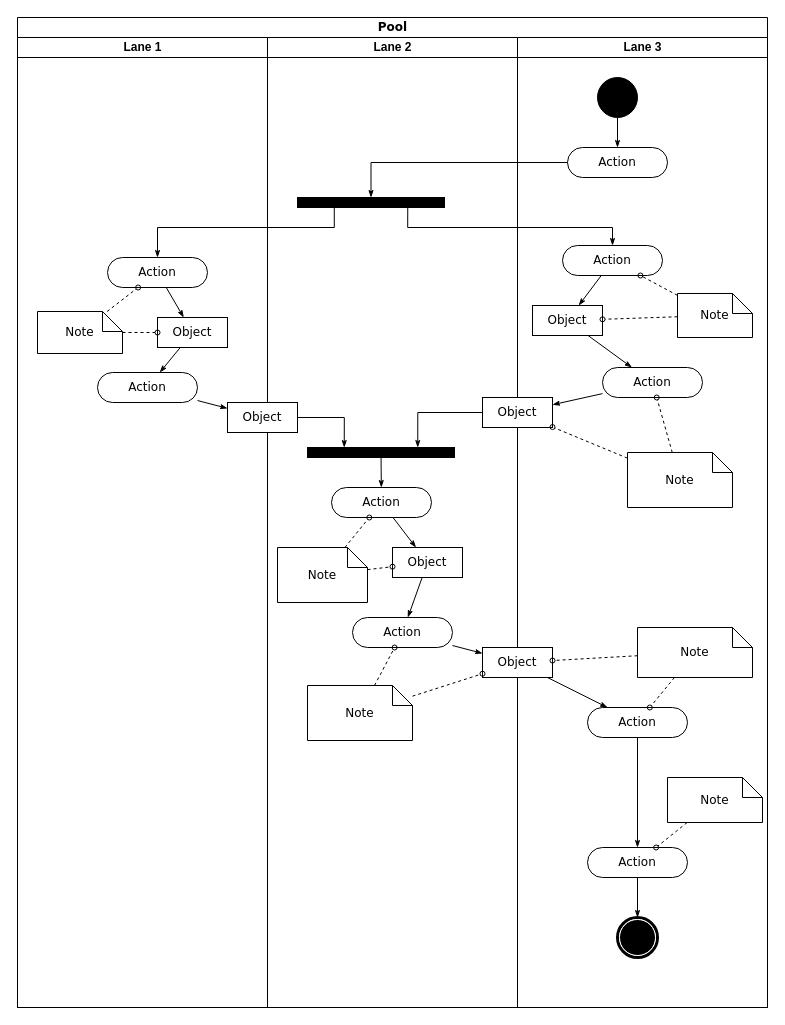
Before: 액티비티 다이어그램.drawio in hyun10144/Lecture3-1, a draw.io diagram. Source tidied: cells renumbered, new cells numbered last; positions are measured from the earlier drawing's top-left corner, leaving out a move shared by most shapes. Both pictures are drawn from the tidied source at 100%, with x=0, y=0 at pixel (17, 17).
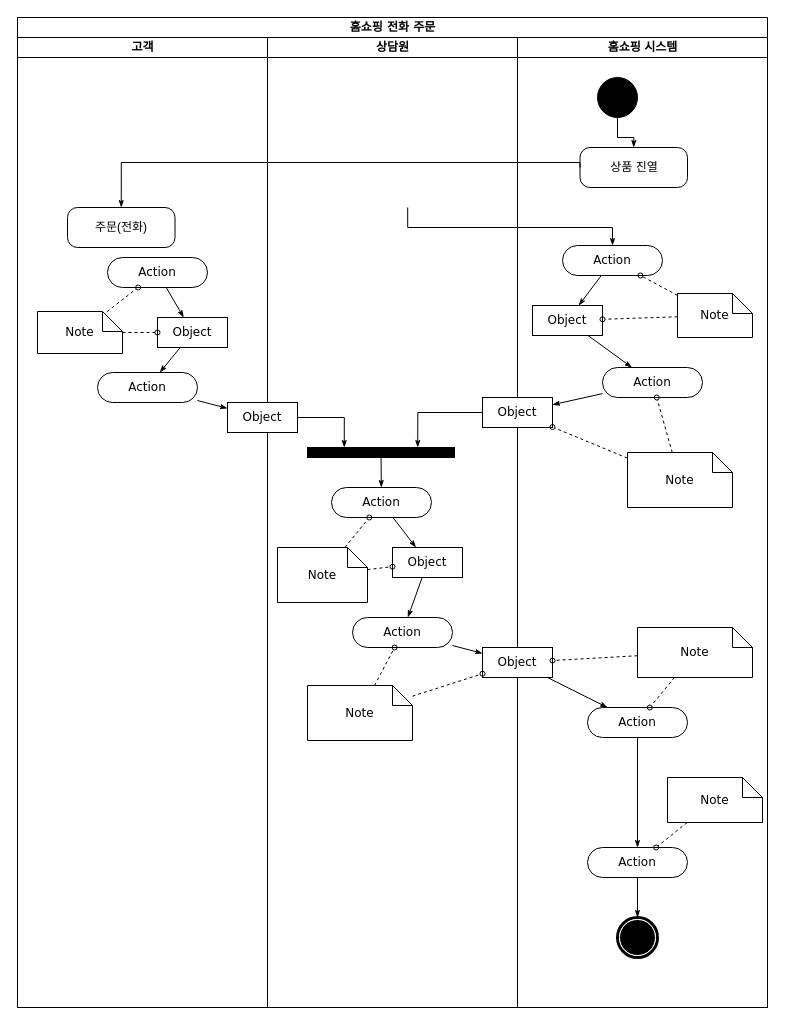
Above is the later version.

Commit message (it also covers changes not shown here):
액티비티 다이어그램.drawio 업데이트

Unchanged cells that the change refers to:
```xml
<mxCell id="5" value="Action" style="rounded=1;whiteSpace=wrap;html=1;shadow=0;comic=0;labelBackgroundColor=none;strokeWidth=1;fontFamily=Verdana;fontSize=12;align=center;arcSize=50;" parent="3" vertex="1">
  <mxGeometry x="90" y="220" width="100" height="30" as="geometry" />
</mxCell>
<mxCell id="30" style="ellipse;whiteSpace=wrap;html=1;rounded=0;shadow=0;comic=0;labelBackgroundColor=none;strokeWidth=1;fillColor=#000000;fontFamily=Verdana;fontSize=12;align=center;" parent="28" vertex="1">
  <mxGeometry x="80" y="40" width="40" height="40" as="geometry" />
</mxCell>
<mxCell id="33" value="Action" style="rounded=1;whiteSpace=wrap;html=1;shadow=0;comic=0;labelBackgroundColor=none;strokeWidth=1;fontFamily=Verdana;fontSize=12;align=center;arcSize=50;" parent="28" vertex="1">
  <mxGeometry x="45" y="208" width="100" height="30" as="geometry" />
</mxCell>
```

The edit, as a diff of the source:
```diff
@@
-    <mxCell id="2" value="Pool" style="swimlane;html=1;startSize=20;rounded=0;shadow=0;comic=0;labelBackgroundColor=none;strokeWidth=1;fontFamily=Verdana;fontSize=12;align=center;" parent="1" vertex="1">
+    <mxCell id="2" value="홈쇼핑 전화 주문" style="swimlane;html=1;startSize=20;rounded=0;shadow=0;comic=0;labelBackgroundColor=none;strokeWidth=1;fontFamily=Verdana;fontSize=12;align=center;" parent="1" vertex="1">
       <mxGeometry width="750" height="990" as="geometry" />
     </mxCell>
-    <mxCell id="3" value="Lane 1" style="swimlane;html=1;startSize=20;" parent="2" vertex="1">
+    <mxCell id="3" value="고객" style="swimlane;html=1;startSize=20;" parent="2" vertex="1">
       <mxGeometry y="20" width="250" height="970" as="geometry" />
     </mxCell>
@@
+    <mxCell id="64" value="주문(전화)" style="html=1;dashed=0;rounded=1;absoluteArcSize=1;arcSize=20;verticalAlign=middle;align=center;whiteSpace=wrap;" parent="3" vertex="1">
+      <mxGeometry x="50" y="170" width="107.5" height="40" as="geometry" />
+    </mxCell>
-    <mxCell id="12" value="Lane 2" style="swimlane;html=1;startSize=20;" parent="2" vertex="1">
+    <mxCell id="12" value="상담원" style="swimlane;html=1;startSize=20;" parent="2" vertex="1">
       <mxGeometry x="250" y="20" width="250" height="970" as="geometry" />
     </mxCell>
-    <mxCell id="13" style="whiteSpace=wrap;html=1;rounded=0;shadow=0;comic=0;labelBackgroundColor=none;strokeWidth=1;fillColor=#000000;fontFamily=Verdana;fontSize=12;align=center;rotation=0;" parent="12" vertex="1">
-      <mxGeometry x="30" y="160" width="147" height="10" as="geometry" />
-    </mxCell>
@@
-    <mxCell id="28" value="Lane 3" style="swimlane;html=1;startSize=20;" parent="2" vertex="1">
+    <mxCell id="28" value="홈쇼핑 시스템" style="swimlane;html=1;startSize=20;" parent="2" vertex="1">
       <mxGeometry x="500" y="20" width="250" height="970" as="geometry" />
     </mxCell>
-    <mxCell id="29" style="edgeStyle=orthogonalEdgeStyle;rounded=0;html=1;labelBackgroundColor=none;startArrow=none;startFill=0;startSize=5;endArrow=classicThin;endFill=1;endSize=5;jettySize=auto;strokeWidth=1;fontFamily=Verdana;fontSize=12;" parent="28" edge="1" source="30" target="31">
+    <mxCell id="29" style="edgeStyle=orthogonalEdgeStyle;rounded=0;html=1;labelBackgroundColor=none;startArrow=none;startFill=0;startSize=5;endArrow=classicThin;endFill=1;endSize=5;jettySize=auto;strokeWidth=1;fontFamily=Verdana;fontSize=12;entryX=0.5;entryY=0;entryDx=0;entryDy=0;" parent="28" edge="1" source="30" target="65">
       <mxGeometry relative="1" as="geometry" />
     </mxCell>
@@
-    <mxCell id="31" value="Action" style="rounded=1;whiteSpace=wrap;html=1;shadow=0;comic=0;labelBackgroundColor=none;strokeWidth=1;fontFamily=Verdana;fontSize=12;align=center;arcSize=50;" parent="28" vertex="1">
-      <mxGeometry x="50" y="110" width="100" height="30" as="geometry" />
-    </mxCell>
@@
+    <mxCell id="65" value="상품 진열" style="html=1;dashed=0;rounded=1;absoluteArcSize=1;arcSize=20;verticalAlign=middle;align=center;whiteSpace=wrap;" parent="28" vertex="1">
+      <mxGeometry x="62.5" y="110" width="107.5" height="40" as="geometry" />
+    </mxCell>
-    <mxCell id="57" style="edgeStyle=orthogonalEdgeStyle;rounded=0;html=1;entryX=0.5;entryY=0;labelBackgroundColor=none;startArrow=none;startFill=0;startSize=5;endArrow=classicThin;endFill=1;endSize=5;jettySize=auto;strokeWidth=1;fontFamily=Verdana;fontSize=12;" parent="2" edge="1" source="31" target="13">
+    <mxCell id="57" style="edgeStyle=orthogonalEdgeStyle;rounded=0;html=1;labelBackgroundColor=none;startArrow=none;startFill=0;startSize=5;endArrow=classicThin;endFill=1;endSize=5;jettySize=auto;strokeWidth=1;fontFamily=Verdana;fontSize=12;exitX=0;exitY=0.5;exitDx=0;exitDy=0;entryX=0.5;entryY=0;entryDx=0;entryDy=0;" parent="2" edge="1" source="65" target="64">
       <mxGeometry relative="1" as="geometry">
         <Array as="points">
-          <mxPoint x="354" y="145" />
+          <mxPoint x="563" y="145" />
+          <mxPoint x="104" y="145" />
         </Array>
       </mxGeometry>
     </mxCell>
-    <mxCell id="58" style="edgeStyle=orthogonalEdgeStyle;rounded=0;html=1;exitX=0.75;exitY=1;labelBackgroundColor=none;startArrow=none;startFill=0;startSize=5;endArrow=classicThin;endFill=1;endSize=5;jettySize=auto;strokeWidth=1;fontFamily=Verdana;fontSize=12;" parent="2" edge="1" source="13" target="33">
+    <mxCell id="58" style="edgeStyle=orthogonalEdgeStyle;rounded=0;html=1;exitX=0.75;exitY=1;labelBackgroundColor=none;startArrow=none;startFill=0;startSize=5;endArrow=classicThin;endFill=1;endSize=5;jettySize=auto;strokeWidth=1;fontFamily=Verdana;fontSize=12;" parent="2" edge="1" target="33">
       <mxGeometry relative="1" as="geometry">
+        <mxPoint x="390.2" y="190" as="sourcePoint" />
         <Array as="points">
           <mxPoint x="390" y="210" />
           <mxPoint x="595" y="210" />
         </Array>
       </mxGeometry>
     </mxCell>
-    <mxCell id="59" style="edgeStyle=orthogonalEdgeStyle;rounded=0;html=1;exitX=0.25;exitY=1;entryX=0.5;entryY=0;labelBackgroundColor=none;startArrow=none;startFill=0;startSize=5;endArrow=classicThin;endFill=1;endSize=5;jettySize=auto;strokeWidth=1;fontFamily=Verdana;fontSize=12;" parent="2" edge="1" source="13" target="5">
-      <mxGeometry relative="1" as="geometry">
-        <Array as="points">
-          <mxPoint x="317" y="210" />
-          <mxPoint x="140" y="210" />
-        </Array>
-      </mxGeometry>
-    </mxCell>
```
